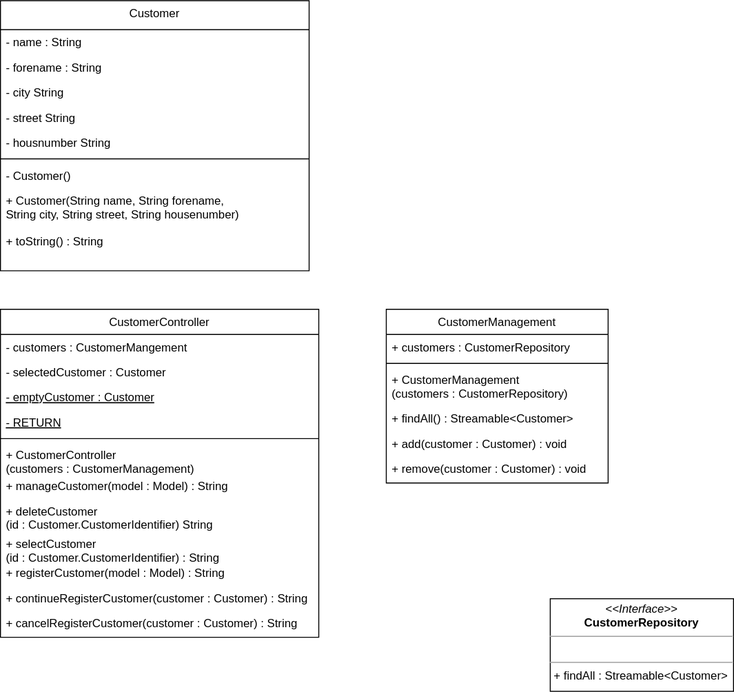
Earlier version of the draw.io export diagrams SWP/Klassendiagramm Customer.drawio.svg (StarSkiller/Diagrams). Source tidied: cells renumbered, new cells last; positions are measured from the earlier drawing's top-left corner, leaving out a move shared by most shapes.
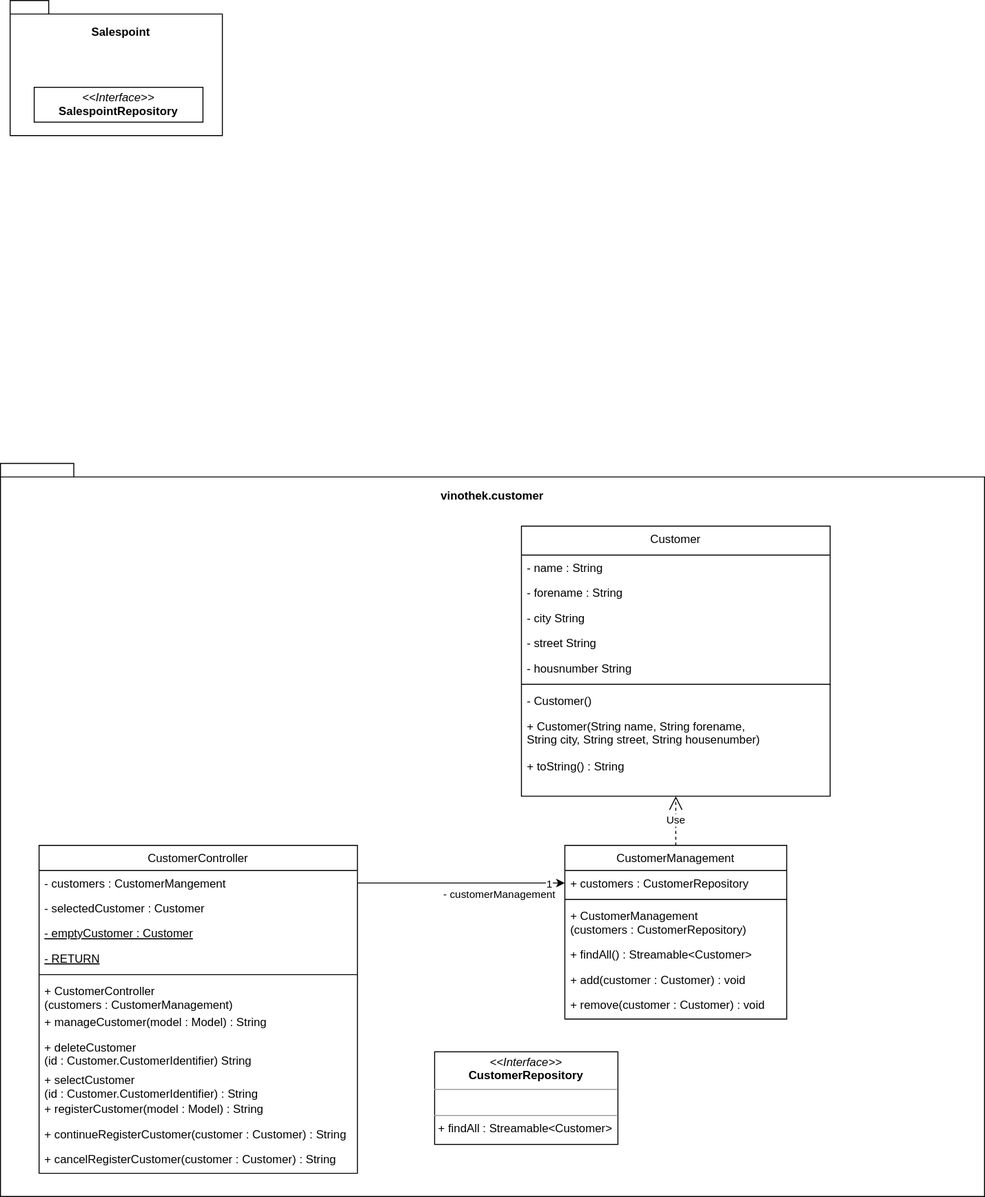
The same file after the commit.

The edit, as a diff of the source:
```diff
@@ -2,8 +2,32 @@
   <root>
     <mxCell id="0" />
     <mxCell id="1" parent="0" />
+    <mxCell id="33" style="shape=folder;fontStyle=1;spacingTop=10;tabWidth=40;tabHeight=14;tabPosition=left;html=1;" parent="1" vertex="1">
+      <mxGeometry y="-160" width="220" height="140" as="geometry" />
+    </mxCell>
+    <mxCell id="34" style="group;" parent="33" vertex="1">
+      <mxGeometry x="10" y="10" width="210" height="130" as="geometry" />
+    </mxCell>
+    <mxCell id="35" style="group;" parent="34" vertex="1">
+      <mxGeometry width="210" height="130" as="geometry" />
+    </mxCell>
+    <mxCell id="36" value="&lt;p style=&quot;margin:0px;margin-top:4px;text-align:center;&quot;&gt;&lt;i&gt;&amp;lt;&amp;lt;Interface&amp;gt;&amp;gt;&lt;/i&gt;&lt;br&gt;&lt;b&gt;SalespointRepository&lt;/b&gt;&lt;/p&gt;" style="verticalAlign=top;align=left;overflow=fill;fontSize=12;fontFamily=Helvetica;html=1;" parent="35" vertex="1">
+      <mxGeometry x="14.9" y="80" width="174.9" height="36.1" as="geometry" />
+    </mxCell>
+    <mxCell id="37" value="Salespoint" style="text;align=center;fontStyle=1;verticalAlign=middle;spacingLeft=3;spacingRight=3;strokeColor=none;" parent="35" vertex="1">
+      <mxGeometry x="90.3" y="19.6" width="29.3" height="4.4" as="geometry" />
+    </mxCell>
+    <mxCell id="38" style="group;" parent="1" vertex="1">
+      <mxGeometry x="-10" y="320" width="1020" height="760" as="geometry" />
+    </mxCell>
+    <mxCell id="39" style="shape=folder;fontStyle=1;spacingTop=10;tabWidth=40;tabHeight=14;tabPosition=left;html=1;" parent="38" vertex="1">
+      <mxGeometry width="1020" height="760" as="geometry" />
+    </mxCell>
+    <mxCell id="40" value="vinothek.customer" style="text;align=center;fontStyle=1;verticalAlign=middle;spacingLeft=3;spacingRight=3;strokeColor=none;" parent="38" vertex="1">
+      <mxGeometry x="470" y="20" width="80" height="26" as="geometry" />
+    </mxCell>
     <mxCell id="2" value="Customer" style="swimlane;fontStyle=0;align=center;verticalAlign=top;horizontal=1;startSize=30;rounded=0;shadow=0;strokeWidth=1;" parent="1" vertex="1">
-      <mxGeometry width="320" height="280" as="geometry" />
+      <mxGeometry x="530" y="385" width="320" height="280" as="geometry" />
     </mxCell>
     <mxCell id="3" value="- name : String" style="text;align=left;verticalAlign=top;spacingLeft=4;spacingRight=4;overflow=hidden;" parent="2" vertex="1">
       <mxGeometry y="30" width="320" height="26" as="geometry" />
@@ -33,7 +57,7 @@
       <mxGeometry y="236" width="320" height="26" as="geometry" />
     </mxCell>
     <mxCell id="12" value="CustomerController" style="swimlane;fontStyle=0;align=center;verticalAlign=top;horizontal=1;startSize=26;rounded=0;shadow=0;strokeWidth=1;" parent="1" vertex="1">
-      <mxGeometry y="320" width="330" height="340" as="geometry" />
+      <mxGeometry x="30" y="716" width="330" height="340" as="geometry" />
     </mxCell>
     <mxCell id="13" value="- customers : CustomerMangement" style="text;align=left;verticalAlign=top;spacingLeft=4;spacingRight=4;overflow=hidden;points=[[0,0.5],[1,0.5]];portConstraint=eastwest;" parent="12" vertex="1">
       <mxGeometry y="26" width="330" height="26" as="geometry" />
@@ -72,7 +96,7 @@
       <mxGeometry y="312" width="330" height="26" as="geometry" />
     </mxCell>
     <mxCell id="25" value="CustomerManagement" style="swimlane;fontStyle=0;align=center;verticalAlign=top;horizontal=1;startSize=26;rounded=0;shadow=0;strokeWidth=1;" parent="1" vertex="1">
-      <mxGeometry x="400" y="320" width="230" height="180" as="geometry" />
+      <mxGeometry x="575" y="716" width="230" height="180" as="geometry" />
     </mxCell>
     <mxCell id="26" value="+ customers : CustomerRepository" style="text;align=left;verticalAlign=top;spacingLeft=4;spacingRight=4;overflow=hidden;points=[[0,0.5],[1,0.5]];portConstraint=eastwest;" parent="25" vertex="1">
       <mxGeometry y="26" width="230" height="26" as="geometry" />
@@ -93,7 +117,23 @@
       <mxGeometry y="152" width="230" height="26" as="geometry" />
     </mxCell>
     <mxCell id="32" value="&lt;p style=&quot;margin:0px;margin-top:4px;text-align:center;&quot;&gt;&lt;i&gt;&amp;lt;&amp;lt;Interface&amp;gt;&amp;gt;&lt;/i&gt;&lt;br&gt;&lt;b&gt;CustomerRepository&lt;/b&gt;&lt;/p&gt;&lt;hr size=&quot;1&quot;&gt;&lt;p style=&quot;margin:0px;margin-left:4px;&quot;&gt;&lt;br&gt;&lt;/p&gt;&lt;hr size=&quot;1&quot;&gt;&lt;p style=&quot;margin:0px;margin-left:4px;&quot;&gt;+ findAll : Streamable&amp;lt;Customer&amp;gt;&lt;br&gt;&lt;/p&gt;" style="verticalAlign=top;align=left;overflow=fill;fontSize=12;fontFamily=Helvetica;html=1;" parent="1" vertex="1">
-      <mxGeometry x="570" y="620" width="190" height="96" as="geometry" />
+      <mxGeometry x="440" y="930" width="190" height="96" as="geometry" />
     </mxCell>
+    <mxCell id="41" style="edgeStyle=orthogonalEdgeStyle;rounded=0;jettySize=auto;html=1;exitX=1;exitY=0.5;exitDx=0;exitDy=0;entryX=0;entryY=0.5;entryDx=0;entryDy=0;" parent="1" edge="1" source="13" target="26">
+      <mxGeometry relative="1" as="geometry" />
+    </mxCell>
+    <mxCell id="42" value="1" style="edgeLabel;html=1;align=center;verticalAlign=middle;" parent="41" vertex="1">
+      <mxGeometry x="-0.24" relative="1" as="geometry">
+        <mxPoint x="117" as="offset" />
+      </mxGeometry>
+    </mxCell>
+    <mxCell id="43" value="- customerManagement" style="edgeLabel;html=1;align=center;verticalAlign=middle;" parent="41" vertex="1">
+      <mxGeometry x="0.67" y="2" relative="1" as="geometry">
+        <mxPoint x="-34" y="13" as="offset" />
+      </mxGeometry>
+    </mxCell>
+    <mxCell id="44" value="Use" style="endArrow=open;endSize=12;dashed=1;html=1;rounded=0;entryX=0.5;entryY=1;entryDx=0;entryDy=0;exitX=0.5;exitY=0;exitDx=0;exitDy=0;" parent="1" edge="1" source="25" target="2">
+      <mxGeometry relative="1" as="geometry" />
+    </mxCell>
   </root>
 </mxGraphModel>
```
